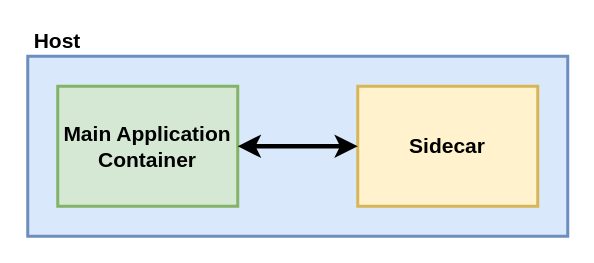
This is diagrams/draw_io/sidecar_small.drawio from wuyichen24/system-design-knowledge, a draw.io file, before an edit. Source tidied: cells renumbered, new cells numbered last; positions are measured from the earlier drawing's top-left corner, leaving out a move shared by most shapes. Both pictures are drawn from the tidied source at 150%, with x=0, y=0 at pixel (27, 26).
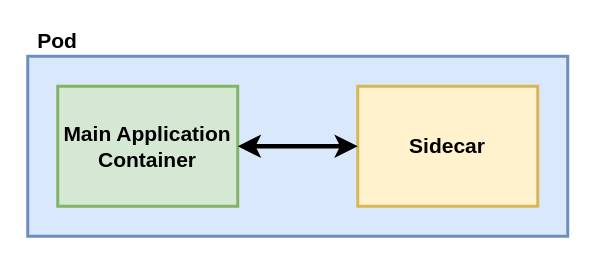
After the change.

Commit message (it also covers changes not shown here):
change diagram for ambassador, adapter and sidecar

What changed in the source:
```diff
@@
 <mxGraphModel>
   <root>
     <mxCell id="0" />
     <mxCell id="1" parent="0" />
     <mxCell id="2" style="rounded=0;whiteSpace=wrap;html=1;strokeWidth=2;fillColor=#dae8fc;strokeColor=#6c8ebf;" parent="1" vertex="1">
       <mxGeometry y="20" width="360" height="120" as="geometry" />
     </mxCell>
     <mxCell id="3" value="&lt;font size=&quot;1&quot;&gt;&lt;b style=&quot;font-size: 14px&quot;&gt;Main Application Container&lt;/b&gt;&lt;/font&gt;" style="rounded=0;whiteSpace=wrap;html=1;strokeWidth=2;fillColor=#d5e8d4;strokeColor=#82b366;" parent="1" vertex="1">
       <mxGeometry x="20" y="40" width="120" height="80" as="geometry" />
     </mxCell>
     <mxCell id="4" value="&lt;span style=&quot;font-size: 14px&quot;&gt;&lt;b&gt;Sidecar&lt;/b&gt;&lt;/span&gt;" style="rounded=0;whiteSpace=wrap;html=1;strokeWidth=2;fillColor=#fff2cc;strokeColor=#d6b656;" parent="1" vertex="1">
       <mxGeometry x="220" y="40" width="120" height="80" as="geometry" />
     </mxCell>
     <mxCell id="5" style="endArrow=classic;html=1;strokeWidth=3;entryX=0;entryY=0.5;entryDx=0;entryDy=0;exitX=1;exitY=0.5;exitDx=0;exitDy=0;startArrow=classic;startFill=1;endFill=1;" parent="1" edge="1" source="3" target="4">
       <mxGeometry relative="1" as="geometry" />
     </mxCell>
-    <mxCell id="6" value="&lt;font style=&quot;font-size: 14px&quot;&gt;&lt;b&gt;Host&lt;/b&gt;&lt;/font&gt;" style="text;html=1;strokeColor=none;fillColor=none;align=center;verticalAlign=middle;whiteSpace=wrap;rounded=0;" parent="1" vertex="1">
+    <mxCell id="6" value="&lt;span style=&quot;font-size: 14px&quot;&gt;&lt;b&gt;Pod&lt;/b&gt;&lt;/span&gt;" style="text;html=1;strokeColor=none;fillColor=none;align=center;verticalAlign=middle;whiteSpace=wrap;rounded=0;" parent="1" vertex="1">
       <mxGeometry width="40" height="20" as="geometry" />
     </mxCell>
   </root>
 </mxGraphModel>
```
